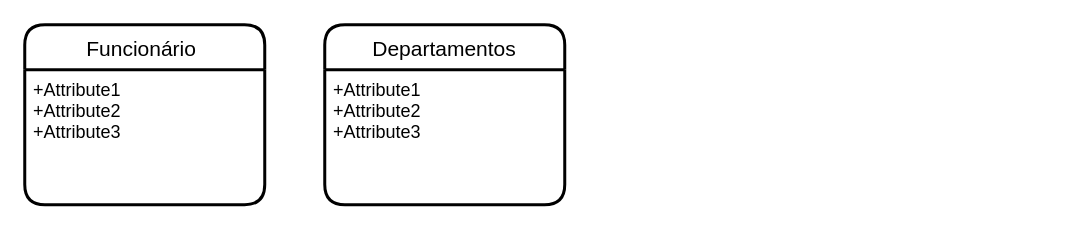
This is src/Exercicios/DB-AT02.drawio from GilsonSantosUX/LPOO, a draw.io file, before an edit. Source tidied: cells renumbered, new cells numbered last; positions are measured from the earlier drawing's top-left corner, leaving out a move shared by most shapes. Both pictures are drawn from the tidied source at 150%, with x=0, y=0 at pixel (24, 24).
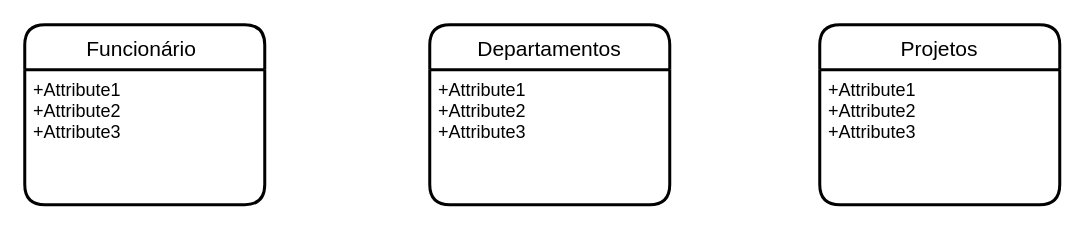
The same page after the edit.

The edit, as a diff of the source:
```diff
@@
 <mxGraphModel>
   <root>
     <mxCell id="0" />
     <mxCell id="1" parent="0" />
     <mxCell id="2" value="Funcionário " style="swimlane;horizontal=1;startSize=30;rounded=1;fontSize=14;fontStyle=0;strokeWidth=2;shadow=0;dashed=0;align=center;" parent="1" vertex="1">
       <mxGeometry width="160" height="120" as="geometry" />
     </mxCell>
     <mxCell id="3" value="+Attribute1&#10;+Attribute2&#10;+Attribute3" style="align=left;strokeColor=none;fillColor=none;spacingLeft=4;fontSize=12;verticalAlign=top;" parent="2" vertex="1">
       <mxGeometry y="30" width="160" height="90" as="geometry" />
     </mxCell>
     <mxCell id="4" value="Departamentos" style="swimlane;horizontal=1;startSize=30;rounded=1;fontSize=14;fontStyle=0;strokeWidth=2;shadow=0;dashed=0;align=center;" parent="1" vertex="1">
-      <mxGeometry x="200" width="160" height="120" as="geometry" />
+      <mxGeometry x="270" width="160" height="120" as="geometry" />
     </mxCell>
     <mxCell id="5" value="+Attribute1&#10;+Attribute2&#10;+Attribute3" style="align=left;strokeColor=none;fillColor=none;spacingLeft=4;fontSize=12;verticalAlign=top;" parent="4" vertex="1">
       <mxGeometry y="30" width="160" height="90" as="geometry" />
     </mxCell>
+    <mxCell id="6" value="Projetos" style="swimlane;horizontal=1;startSize=30;rounded=1;fontSize=14;fontStyle=0;strokeWidth=2;shadow=0;dashed=0;align=center;" parent="1" vertex="1">
+      <mxGeometry x="530" width="160" height="120" as="geometry" />
+    </mxCell>
+    <mxCell id="7" value="+Attribute1&#10;+Attribute2&#10;+Attribute3" style="align=left;strokeColor=none;fillColor=none;spacingLeft=4;fontSize=12;verticalAlign=top;" parent="6" vertex="1">
+      <mxGeometry y="30" width="160" height="90" as="geometry" />
+    </mxCell>
   </root>
 </mxGraphModel>
```
